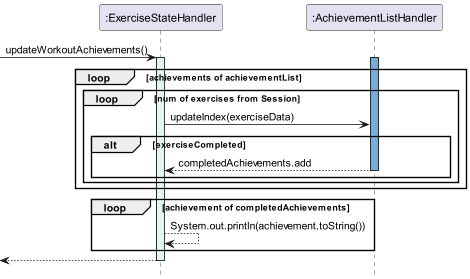
The PlantUML diagram docs/UML/Images/AchievementUpdate.png in nus-cs2113-AY2223S2/tp, before a commit.
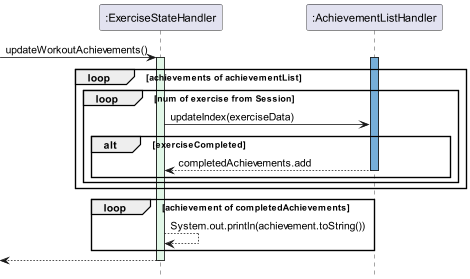
Above is the later version.

Commit message:
Edit UML diagrams

Change to the diagram source:
```diff
@@ -9,7 +9,7 @@
     activate ExerciseStateHandler STORAGE_FADED_COLOUR
   loop achievements of achievementList
         activate ":AchievementListHandler" LAPIS
-            loop num of exercises from Session
+            loop num of exercise from Session
                 ExerciseStateHandler -> ":AchievementListHandler" : updateIndex(exerciseData)
                 alt exerciseCompleted
                     ":AchievementListHandler" --> ExerciseStateHandler : completedAchievements.add
```
